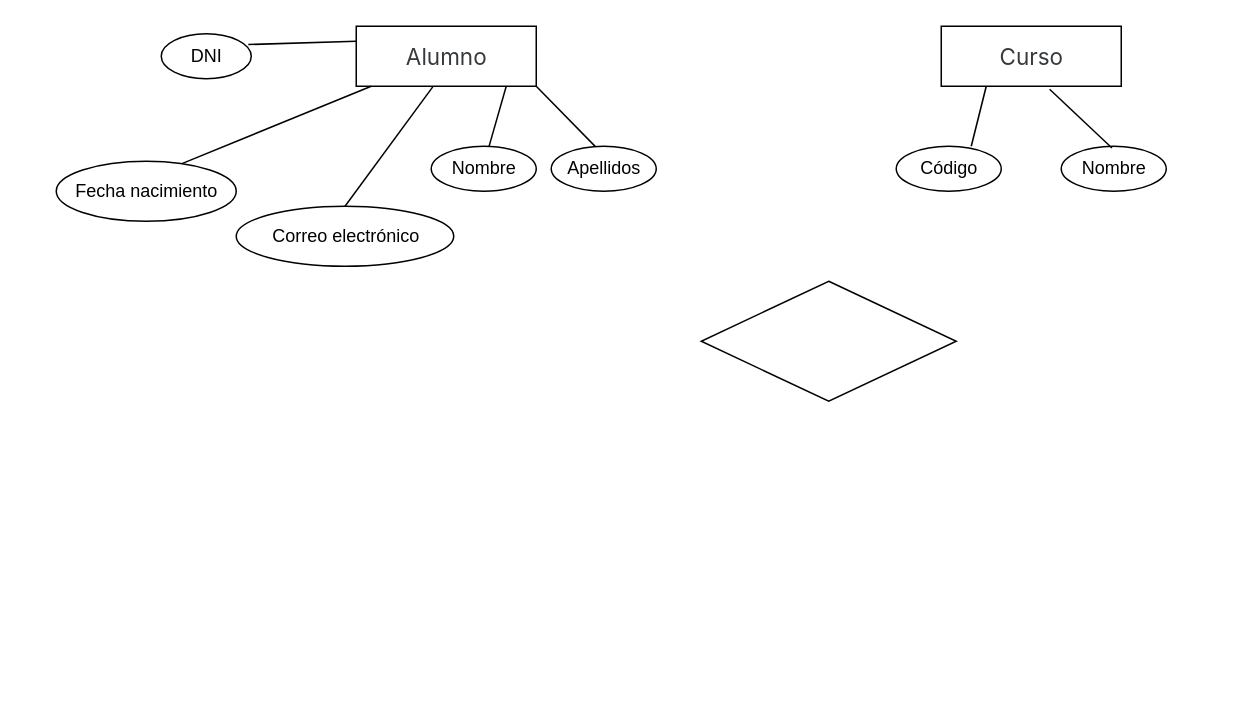
popnoart/popnoart keeps this draw.io diagram as Untitled Diagram.drawio. Above is the earlier version. Source tidied: cells renumbered, new cells numbered last; positions are measured from the earlier drawing's top-left corner, leaving out a move shared by most shapes. Both pictures are drawn from the tidied source at 150%, with x=0, y=0 at pixel (56, 26).
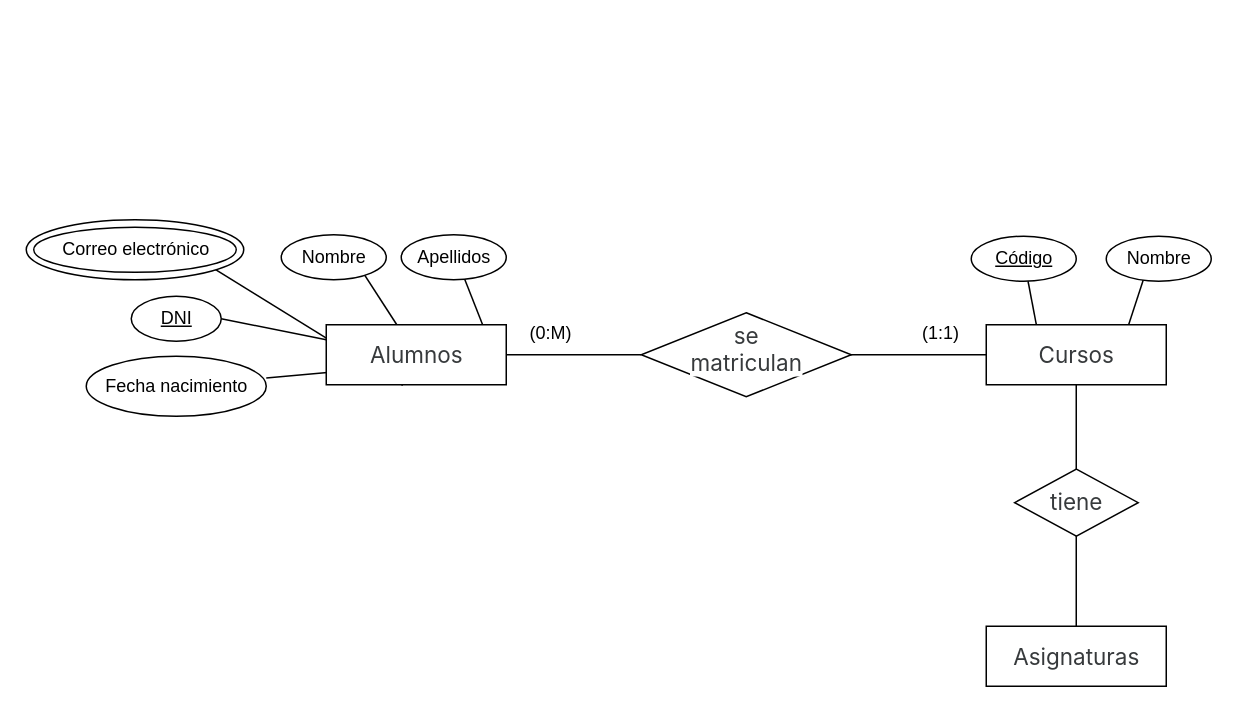
Above is the later version.

Unchanged cells that the change refers to:
```xml
<mxCell id="5" value="Nombre" style="text;html=1;align=center;verticalAlign=middle;points=[];strokeColor=none;fillColor=none;" parent="3" vertex="1">
  <mxGeometry width="70" height="30" as="geometry" />
</mxCell>
<mxCell id="10" style="ellipse;whiteSpace=wrap;html=1;" parent="9" vertex="1">
  <mxGeometry width="60" height="30" as="geometry" />
</mxCell>
<mxCell id="13" style="ellipse;whiteSpace=wrap;html=1;" parent="12" vertex="1">
  <mxGeometry width="120" height="40" as="geometry" />
</mxCell>
<mxCell id="14" value="Fecha nacimiento" style="text;html=1;align=center;verticalAlign=middle;points=[];strokeColor=none;fillColor=none;" parent="12" vertex="1">
  <mxGeometry y="5" width="120" height="30" as="geometry" />
</mxCell>
<mxCell id="16" style="ellipse;whiteSpace=wrap;html=1;" parent="15" vertex="1">
  <mxGeometry width="145" height="40" as="geometry" />
</mxCell>
<mxCell id="26" style="rounded=0;whiteSpace=wrap;html=1;" parent="25" vertex="1">
  <mxGeometry width="120" height="40" as="geometry" />
</mxCell>
<mxCell id="30" value="Nombre" style="text;html=1;align=center;verticalAlign=middle;points=[];strokeColor=none;fillColor=none;" parent="28" vertex="1">
  <mxGeometry width="70" height="30" as="geometry" />
</mxCell>
```

What changed in the source:
```diff
@@
+    <mxCell id="34" style="endArrow=none;html=1;rounded=0;entryX=0.129;entryY=-0.056;entryDx=0;entryDy=0;entryPerimeter=0;" parent="1" edge="1" source="33" target="27">
+      <mxGeometry relative="1" as="geometry" />
+    </mxCell>
+    <mxCell id="37" style="endArrow=none;html=1;rounded=0;" parent="1" edge="1" source="48" target="27">
+      <mxGeometry relative="1" as="geometry" />
+    </mxCell>
+    <mxCell id="35" style="endArrow=none;html=1;rounded=0;exitX=0.483;exitY=0.04;exitDx=0;exitDy=0;exitPerimeter=0;entryX=0.837;entryY=0.989;entryDx=0;entryDy=0;entryPerimeter=0;" parent="1" edge="1" source="30" target="27">
+      <mxGeometry relative="1" as="geometry" />
+    </mxCell>
+    <mxCell id="38" style="endArrow=none;html=1;rounded=0;entryX=0;entryY=0.5;entryDx=0;entryDy=0;" parent="1" edge="1" target="26">
+      <mxGeometry relative="1" as="geometry">
+        <mxPoint x="520" y="219" as="sourcePoint" />
+      </mxGeometry>
+    </mxCell>
+    <mxCell id="23" style="endArrow=none;html=1;rounded=0;" parent="1" edge="1" source="14">
+      <mxGeometry relative="1" as="geometry">
+        <mxPoint x="190" y="230" as="targetPoint" />
+      </mxGeometry>
+    </mxCell>
@@
+    <mxCell id="21" style="endArrow=none;html=1;rounded=0;exitX=0.549;exitY=0.013;exitDx=0;exitDy=0;exitPerimeter=0;" parent="1" edge="1" source="5" target="19">
+      <mxGeometry relative="1" as="geometry" />
+    </mxCell>
+    <mxCell id="22" style="endArrow=none;html=1;rounded=0;exitX=1;exitY=0.5;exitDx=0;exitDy=0;entryX=0;entryY=0.25;entryDx=0;entryDy=0;" parent="1" edge="1" source="10" target="19">
+      <mxGeometry relative="1" as="geometry" />
+    </mxCell>
+    <mxCell id="24" style="endArrow=none;html=1;rounded=0;entryX=0.425;entryY=1.01;entryDx=0;entryDy=0;entryPerimeter=0;exitX=0.5;exitY=0;exitDx=0;exitDy=0;" parent="1" edge="1" source="16" target="19">
+      <mxGeometry relative="1" as="geometry" />
+    </mxCell>
-    <mxCell id="3" style="group;" parent="1" vertex="1">
-      <mxGeometry x="250" y="80" width="70" height="30" as="geometry" />
+    <mxCell id="3" style="group;labelBackgroundColor=default;" parent="1" vertex="1">
+      <mxGeometry x="150" y="139" width="70" height="30" as="geometry" />
     </mxCell>
@@
-    <mxCell id="6" style="group;" parent="1" vertex="1">
-      <mxGeometry x="330" y="80" width="70" height="30" as="geometry" />
+    <mxCell id="6" style="group;labelBackgroundColor=default;" parent="1" vertex="1">
+      <mxGeometry x="230" y="139" width="70" height="30" as="geometry" />
     </mxCell>
@@
-    <mxCell id="9" style="group;" parent="1" vertex="1">
-      <mxGeometry x="70" y="5" width="60" height="30" as="geometry" />
+    <mxCell id="9" style="group;labelBackgroundColor=default;" parent="1" vertex="1">
+      <mxGeometry x="50" y="180" width="60" height="30" as="geometry" />
     </mxCell>
@@
-    <mxCell id="11" value="DNI" style="text;html=1;align=center;verticalAlign=middle;strokeColor=none;fillColor=none;" parent="9" vertex="1">
+    <mxCell id="11" value="&lt;u&gt;DNI&lt;/u&gt;" style="text;html=1;align=center;verticalAlign=middle;strokeColor=none;fillColor=none;" parent="9" vertex="1">
       <mxGeometry x="10" width="40" height="30" as="geometry" />
     </mxCell>
-    <mxCell id="12" style="group;" parent="1" vertex="1">
-      <mxGeometry y="90" width="120" height="40" as="geometry" />
+    <mxCell id="12" style="group;labelBackgroundColor=default;" parent="1" vertex="1">
+      <mxGeometry x="20" y="220" width="120" height="40" as="geometry" />
     </mxCell>
@@
-    <mxCell id="15" style="group;" parent="1" vertex="1">
-      <mxGeometry x="120" y="120" width="145" height="40" as="geometry" />
+    <mxCell id="15" style="group;labelBackgroundColor=default;" parent="1" vertex="1">
+      <mxGeometry x="-20" y="129" width="205" height="40" as="geometry" />
     </mxCell>
@@
+    <mxCell id="39" style="group;labelBackgroundColor=none;" parent="15" vertex="1">
+      <mxGeometry x="75" y="10" width="130" height="25" as="geometry" />
+    </mxCell>
+    <mxCell id="40" style="ellipse;whiteSpace=wrap;html=1;labelBackgroundColor=#4C0099;fillColor=none;" parent="39" vertex="1">
+      <mxGeometry x="-70" y="-5" width="135" height="30" as="geometry" />
+    </mxCell>
     <mxCell id="18" style="group;" parent="1" vertex="1">
-      <mxGeometry x="200" width="120" height="40" as="geometry" />
+      <mxGeometry x="180" y="199" width="120" height="40" as="geometry" />
     </mxCell>
-    <mxCell id="19" style="rounded=0;whiteSpace=wrap;html=1;" parent="18" vertex="1">
+    <mxCell id="19" style="rounded=0;whiteSpace=wrap;html=1;labelBackgroundColor=default;" parent="18" vertex="1">
       <mxGeometry width="120" height="40" as="geometry" />
     </mxCell>
-    <mxCell id="20" value="&lt;span style=&quot;color: rgb(55, 58, 60); font-family: -apple-system, BlinkMacSystemFont, &amp;quot;Segoe UI&amp;quot;, Roboto, &amp;quot;Helvetica Neue&amp;quot;, Arial, &amp;quot;Noto Sans&amp;quot;, &amp;quot;Liberation Sans&amp;quot;, sans-serif, &amp;quot;Apple Color Emoji&amp;quot;, &amp;quot;Segoe UI Emoji&amp;quot;, &amp;quot;Segoe UI Symbol&amp;quot;, &amp;quot;Noto Color Emoji&amp;quot;; font-size: 15px; text-align: left; text-wrap-mode: wrap; background-color: rgb(255, 255, 255);&quot;&gt;Alumno&lt;/span&gt;" style="text;html=1;align=center;verticalAlign=middle;strokeColor=none;fillColor=none;" parent="18" vertex="1">
-      <mxGeometry x="25" y="5" width="70" height="30" as="geometry" />
+    <mxCell id="20" value="&lt;span style=&quot;color: rgb(55, 58, 60); font-family: -apple-system, BlinkMacSystemFont, &amp;quot;Segoe UI&amp;quot;, Roboto, &amp;quot;Helvetica Neue&amp;quot;, Arial, &amp;quot;Noto Sans&amp;quot;, &amp;quot;Liberation Sans&amp;quot;, sans-serif, &amp;quot;Apple Color Emoji&amp;quot;, &amp;quot;Segoe UI Emoji&amp;quot;, &amp;quot;Segoe UI Symbol&amp;quot;, &amp;quot;Noto Color Emoji&amp;quot;; font-size: 15px; text-align: left; text-wrap-mode: wrap; background-color: rgb(255, 255, 255);&quot;&gt;Alumnos&lt;/span&gt;" style="text;html=1;align=center;verticalAlign=middle;strokeColor=none;fillColor=none;" parent="18" vertex="1">
+      <mxGeometry x="20" y="5" width="80" height="30" as="geometry" />
     </mxCell>
-    <mxCell id="21" style="endArrow=none;html=1;rounded=0;exitX=0.549;exitY=0.013;exitDx=0;exitDy=0;exitPerimeter=0;" parent="1" edge="1" source="5">
-      <mxGeometry relative="1" as="geometry">
-        <mxPoint x="300" y="40" as="targetPoint" />
-      </mxGeometry>
-    </mxCell>
-    <mxCell id="22" style="endArrow=none;html=1;rounded=0;exitX=0.967;exitY=0.24;exitDx=0;exitDy=0;exitPerimeter=0;entryX=0;entryY=0.25;entryDx=0;entryDy=0;" parent="1" edge="1" source="10" target="19">
-      <mxGeometry relative="1" as="geometry" />
-    </mxCell>
-    <mxCell id="23" style="endArrow=none;html=1;rounded=0;exitX=0.698;exitY=0.04;exitDx=0;exitDy=0;exitPerimeter=0;" parent="1" edge="1" source="13">
-      <mxGeometry relative="1" as="geometry">
-        <mxPoint x="210" y="40" as="targetPoint" />
-      </mxGeometry>
-    </mxCell>
-    <mxCell id="24" style="endArrow=none;html=1;rounded=0;entryX=0.425;entryY=1.01;entryDx=0;entryDy=0;entryPerimeter=0;exitX=0.5;exitY=0;exitDx=0;exitDy=0;" parent="1" edge="1" source="16" target="19">
-      <mxGeometry relative="1" as="geometry" />
-    </mxCell>
-    <mxCell id="25" style="group;" parent="1" vertex="1">
-      <mxGeometry x="590" width="120" height="45" as="geometry" />
+    <mxCell id="25" style="group;labelBackgroundColor=default;" parent="1" vertex="1">
+      <mxGeometry x="620" y="199" width="120" height="45" as="geometry" />
     </mxCell>
@@
-    <mxCell id="27" value="&lt;div&gt;&lt;span style=&quot;background-color: rgb(255, 255, 255); color: rgb(55, 58, 60); font-family: -apple-system, BlinkMacSystemFont, &amp;quot;Segoe UI&amp;quot;, Roboto, &amp;quot;Helvetica Neue&amp;quot;, Arial, &amp;quot;Noto Sans&amp;quot;, &amp;quot;Liberation Sans&amp;quot;, sans-serif, &amp;quot;Apple Color Emoji&amp;quot;, &amp;quot;Segoe UI Emoji&amp;quot;, &amp;quot;Segoe UI Symbol&amp;quot;, &amp;quot;Noto Color Emoji&amp;quot;; font-size: 15px; text-align: left; text-wrap-mode: wrap;&quot;&gt;Curso&lt;/span&gt;&lt;/div&gt;" style="text;html=1;align=center;verticalAlign=middle;points=[];strokeColor=none;fillColor=none;" parent="25" vertex="1">
-      <mxGeometry x="30" y="5" width="60" height="30" as="geometry" />
+    <mxCell id="27" value="&lt;span style=&quot;color: rgb(55, 58, 60); font-family: -apple-system, BlinkMacSystemFont, &amp;quot;Segoe UI&amp;quot;, Roboto, &amp;quot;Helvetica Neue&amp;quot;, Arial, &amp;quot;Noto Sans&amp;quot;, &amp;quot;Liberation Sans&amp;quot;, sans-serif, &amp;quot;Apple Color Emoji&amp;quot;, &amp;quot;Segoe UI Emoji&amp;quot;, &amp;quot;Segoe UI Symbol&amp;quot;, &amp;quot;Noto Color Emoji&amp;quot;; font-size: 15px; text-align: left; text-wrap-mode: wrap; background-color: rgb(255, 255, 255);&quot;&gt;Cursos&lt;/span&gt;" style="text;html=1;align=center;verticalAlign=middle;points=[];strokeColor=none;fillColor=none;" parent="25" vertex="1">
+      <mxGeometry x="25" y="5" width="70" height="30" as="geometry" />
     </mxCell>
-    <mxCell id="28" style="group;" parent="1" vertex="1">
-      <mxGeometry x="670" y="80" width="70" height="30" as="geometry" />
+    <mxCell id="28" style="group;labelBackgroundColor=default;" parent="1" vertex="1">
+      <mxGeometry x="700" y="140" width="70" height="30" as="geometry" />
     </mxCell>
@@
-    <mxCell id="31" style="group;" parent="1" vertex="1">
-      <mxGeometry x="560" y="80" width="70" height="30" as="geometry" />
+    <mxCell id="31" style="group;labelBackgroundColor=default;" parent="1" vertex="1">
+      <mxGeometry x="610" y="140" width="70" height="30" as="geometry" />
     </mxCell>
@@
-    <mxCell id="33" value="Código" style="text;html=1;align=center;verticalAlign=middle;points=[];strokeColor=none;fillColor=none;" parent="31" vertex="1">
+    <mxCell id="33" value="&lt;u&gt;Código&lt;/u&gt;" style="text;html=1;align=center;verticalAlign=middle;points=[];strokeColor=none;fillColor=none;" parent="31" vertex="1">
       <mxGeometry x="5" width="60" height="30" as="geometry" />
     </mxCell>
-    <mxCell id="34" style="endArrow=none;html=1;rounded=0;entryX=0.25;entryY=1;entryDx=0;entryDy=0;" parent="1" edge="1" target="26">
-      <mxGeometry relative="1" as="geometry">
-        <mxPoint x="610" y="80" as="sourcePoint" />
-      </mxGeometry>
-    </mxCell>
-    <mxCell id="35" style="endArrow=none;html=1;rounded=0;exitX=0.483;exitY=0.04;exitDx=0;exitDy=0;exitPerimeter=0;entryX=0.602;entryY=1.05;entryDx=0;entryDy=0;entryPerimeter=0;" parent="1" edge="1" source="30" target="26">
-      <mxGeometry relative="1" as="geometry" />
-    </mxCell>
+    <mxCell id="41" style="group;labelBackgroundColor=default;" parent="1" vertex="1">
+      <mxGeometry x="380" y="197" width="170" height="50" as="geometry" />
+    </mxCell>
-    <mxCell id="36" style="rhombus;whiteSpace=wrap;html=1;" parent="1" vertex="1">
-      <mxGeometry x="430" y="170" width="170" height="80" as="geometry" />
+    <mxCell id="36" style="rhombus;whiteSpace=wrap;html=1;" parent="41" vertex="1">
+      <mxGeometry x="10" y="-6" width="140" height="56" as="geometry" />
     </mxCell>
+    <mxCell id="42" value="&lt;span style=&quot;color: rgb(55, 58, 60); font-family: -apple-system, BlinkMacSystemFont, &amp;quot;Segoe UI&amp;quot;, Roboto, &amp;quot;Helvetica Neue&amp;quot;, Arial, &amp;quot;Noto Sans&amp;quot;, &amp;quot;Liberation Sans&amp;quot;, sans-serif, &amp;quot;Apple Color Emoji&amp;quot;, &amp;quot;Segoe UI Emoji&amp;quot;, &amp;quot;Segoe UI Symbol&amp;quot;, &amp;quot;Noto Color Emoji&amp;quot;; font-size: 15px; text-align: left; text-wrap-mode: wrap; background-color: rgb(255, 255, 255);&quot;&gt;se matriculan&lt;/span&gt;" style="text;html=1;align=center;verticalAlign=middle;strokeColor=none;fillColor=none;" parent="41" vertex="1">
+      <mxGeometry x="25" y="3" width="110" height="30" as="geometry" />
+    </mxCell>
+    <mxCell id="43" style="endArrow=none;html=1;rounded=0;exitX=1;exitY=0.5;exitDx=0;exitDy=0;" parent="1" edge="1" source="19">
+      <mxGeometry relative="1" as="geometry">
+        <mxPoint x="390" y="219" as="targetPoint" />
+      </mxGeometry>
+    </mxCell>
+    <mxCell id="44" value="(1:1)" style="text;html=1;align=center;verticalAlign=middle;whiteSpace=wrap;rounded=0;" parent="1" vertex="1">
+      <mxGeometry x="560" y="190" width="60" height="30" as="geometry" />
+    </mxCell>
+    <mxCell id="45" value="(0:M)" style="text;html=1;align=center;verticalAlign=middle;whiteSpace=wrap;rounded=0;" parent="1" vertex="1">
+      <mxGeometry x="300" y="190" width="60" height="30" as="geometry" />
+    </mxCell>
+    <mxCell id="46" style="group;" parent="1" vertex="1">
+      <mxGeometry x="620" y="400" width="120" height="40" as="geometry" />
+    </mxCell>
+    <mxCell id="47" style="rounded=0;whiteSpace=wrap;html=1;labelBackgroundColor=default;" parent="46" vertex="1">
+      <mxGeometry width="120" height="40" as="geometry" />
+    </mxCell>
+    <mxCell id="48" value="&lt;div style=&quot;text-align: left;&quot;&gt;&lt;font face=&quot;-apple-system, BlinkMacSystemFont, Segoe UI, Roboto, Helvetica Neue, Arial, Noto Sans, Liberation Sans, sans-serif, Apple Color Emoji, Segoe UI Emoji, Segoe UI Symbol, Noto Color Emoji&quot; color=&quot;#373a3c&quot;&gt;&lt;span style=&quot;font-size: 15px; text-wrap-mode: wrap; background-color: rgb(255, 255, 255);&quot;&gt;Asignaturas&lt;/span&gt;&lt;/font&gt;&lt;/div&gt;" style="text;html=1;align=center;verticalAlign=middle;points=[];strokeColor=none;fillColor=none;" parent="46" vertex="1">
+      <mxGeometry x="10" y="5" width="100" height="30" as="geometry" />
+    </mxCell>
+    <mxCell id="49" style="group;labelBackgroundColor=default;" parent="1" vertex="1">
+      <mxGeometry x="633" y="300" width="100" height="40" as="geometry" />
+    </mxCell>
+    <mxCell id="50" style="rhombus;whiteSpace=wrap;html=1;" parent="49" vertex="1">
+      <mxGeometry x="5.9" y="-4.8" width="82.4" height="44.8" as="geometry" />
+    </mxCell>
+    <mxCell id="51" value="&lt;span style=&quot;color: rgb(55, 58, 60); font-family: -apple-system, BlinkMacSystemFont, &amp;quot;Segoe UI&amp;quot;, Roboto, &amp;quot;Helvetica Neue&amp;quot;, Arial, &amp;quot;Noto Sans&amp;quot;, &amp;quot;Liberation Sans&amp;quot;, sans-serif, &amp;quot;Apple Color Emoji&amp;quot;, &amp;quot;Segoe UI Emoji&amp;quot;, &amp;quot;Segoe UI Symbol&amp;quot;, &amp;quot;Noto Color Emoji&amp;quot;; font-size: 15px; text-align: left; text-wrap-mode: wrap; background-color: rgb(255, 255, 255);&quot;&gt;tiene&lt;/span&gt;" style="text;html=1;align=center;verticalAlign=middle;strokeColor=none;fillColor=none;" parent="49" vertex="1">
+      <mxGeometry x="17.1" y="1.6" width="60" height="30" as="geometry" />
+    </mxCell>
```
